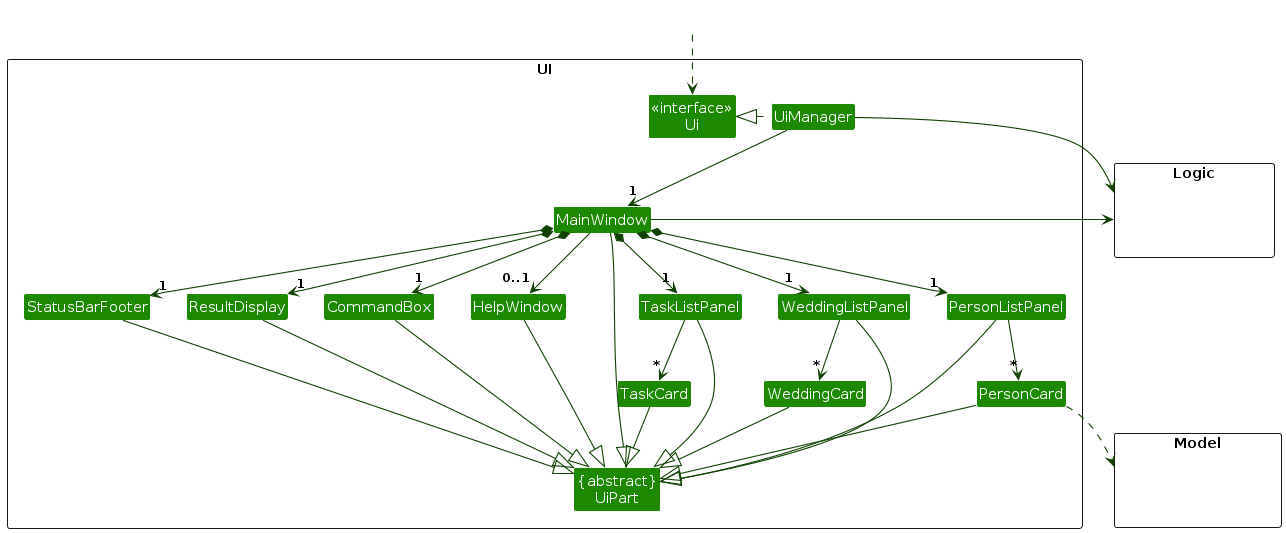
Earlier version of the PlantUML export diagrams/UiClassDiagram.png (AY2425S1-CS2103T-F15-4/tp). Its source is kept beside it as diagrams/UiClassDiagram.puml. Its diagram source:
```plantuml
@startuml
!include style.puml
skinparam arrowThickness 1.1
skinparam arrowColor UI_COLOR_T4
skinparam classBackgroundColor UI_COLOR

package UI <<Rectangle>>{
Class "<<interface>>\nUi" as Ui
Class "{abstract}\nUiPart" as UiPart
Class UiManager
Class MainWindow
Class HelpWindow
Class ResultDisplay
Class PersonListPanel
Class TaskListPanel
Class WeddingListPanel
Class PersonCard
Class TaskCard
Class WeddingCard
Class StatusBarFooter
Class CommandBox
}

package Model <<Rectangle>> {
Class HiddenModel #FFFFFF
}

package Logic <<Rectangle>> {
Class HiddenLogic #FFFFFF
}

Class HiddenOutside #FFFFFF
HiddenOutside ..> Ui

UiManager .left.|> Ui
UiManager -down-> "1" MainWindow
MainWindow *-down->  "1" CommandBox
MainWindow *-down-> "1" ResultDisplay
MainWindow *-down-> "1" StatusBarFooter
MainWindow --> "0..1" HelpWindow

MainWindow *-down-> "1" PersonListPanel
MainWindow *-down-> "1" TaskListPanel
MainWindow *-down-> "1" WeddingListPanel

PersonListPanel -down-> "*" PersonCard
WeddingListPanel -down-> "*" WeddingCard
TaskListPanel -down-> "*" TaskCard

MainWindow -left-|> UiPart

ResultDisplay --|> UiPart
CommandBox --|> UiPart
PersonListPanel --|> UiPart
TaskListPanel --|> UiPart
WeddingListPanel --|> UiPart
PersonCard --|> UiPart
TaskCard --|> UiPart
WeddingCard --|> UiPart
StatusBarFooter --|> UiPart
HelpWindow --|> UiPart

PersonCard ..> Model
UiManager -right-> Logic
MainWindow -left-> Logic

PersonListPanel -[hidden]left- HelpWindow
HelpWindow -[hidden]left- CommandBox
CommandBox -[hidden]left- ResultDisplay
ResultDisplay -[hidden]left- StatusBarFooter

MainWindow -[hidden]-|> UiPart
@enduml
```
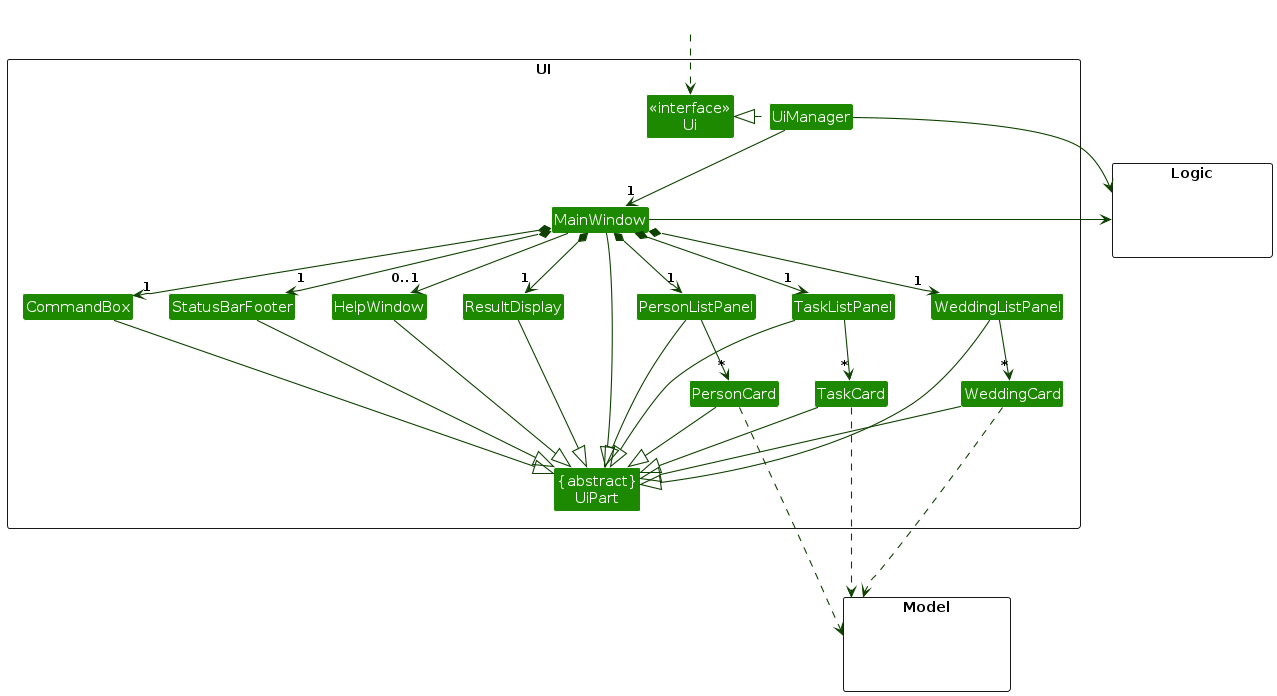
The same diagram one commit later.

Change to the diagram source:
```diff
@@ -60,9 +60,11 @@
 StatusBarFooter --|> UiPart
 HelpWindow --|> UiPart
 
-PersonCard ..> Model
+PersonCard ....> Model
+TaskCard ....> Model
+WeddingCard ....> Model
 UiManager -right-> Logic
-MainWindow -left-> Logic
+MainWindow -right-> Logic
 
 PersonListPanel -[hidden]left- HelpWindow
 HelpWindow -[hidden]left- CommandBox
```
